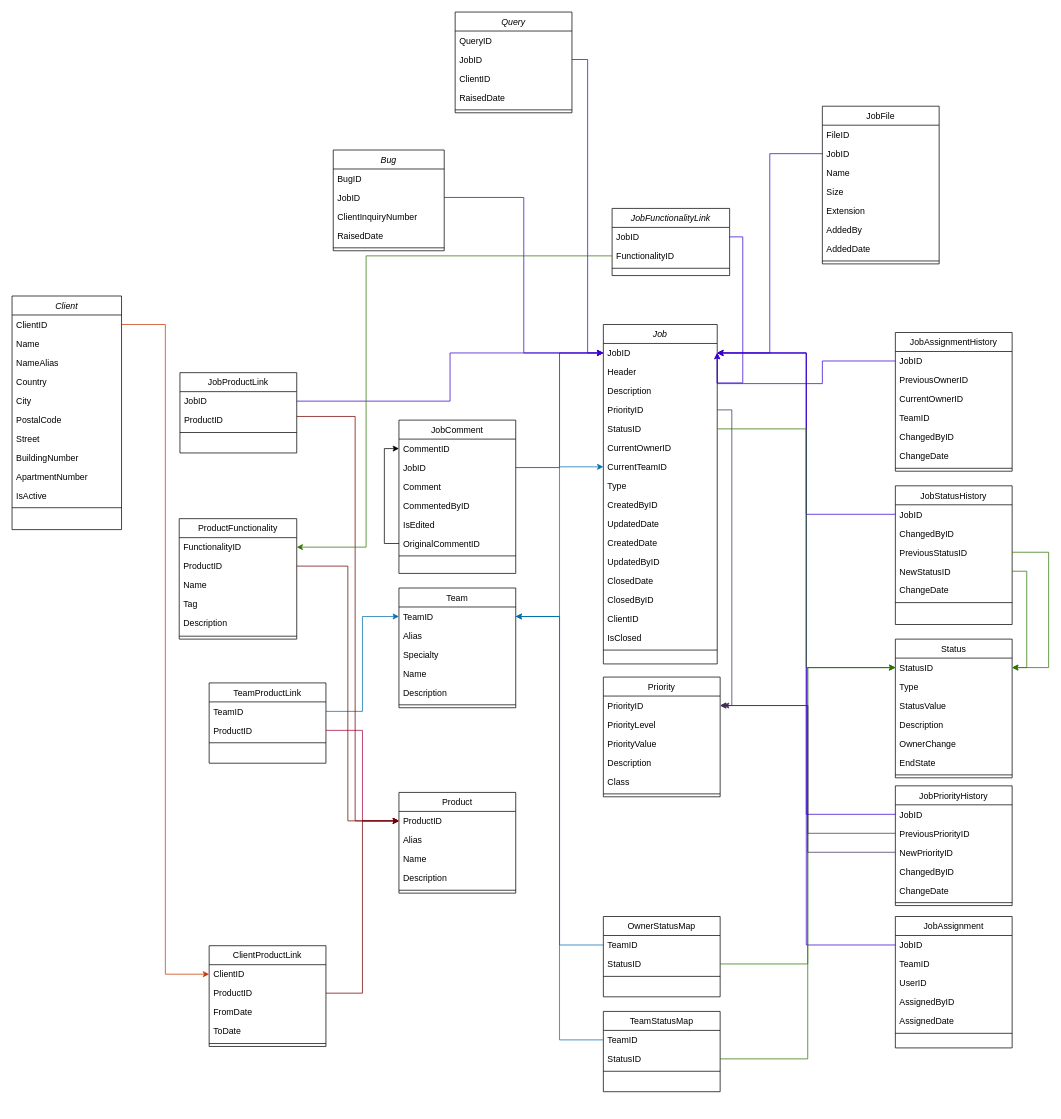
Earlier version of the draw.io diagram documentation/uml/job-class.drawio (KMastalerz/Sloth). Source tidied: cells renumbered, new cells numbered last; positions are measured from the earlier drawing's top-left corner, leaving out a move shared by most shapes. Both pictures are drawn from the tidied source at 73%, with x=0, y=0 at pixel (12, 12).
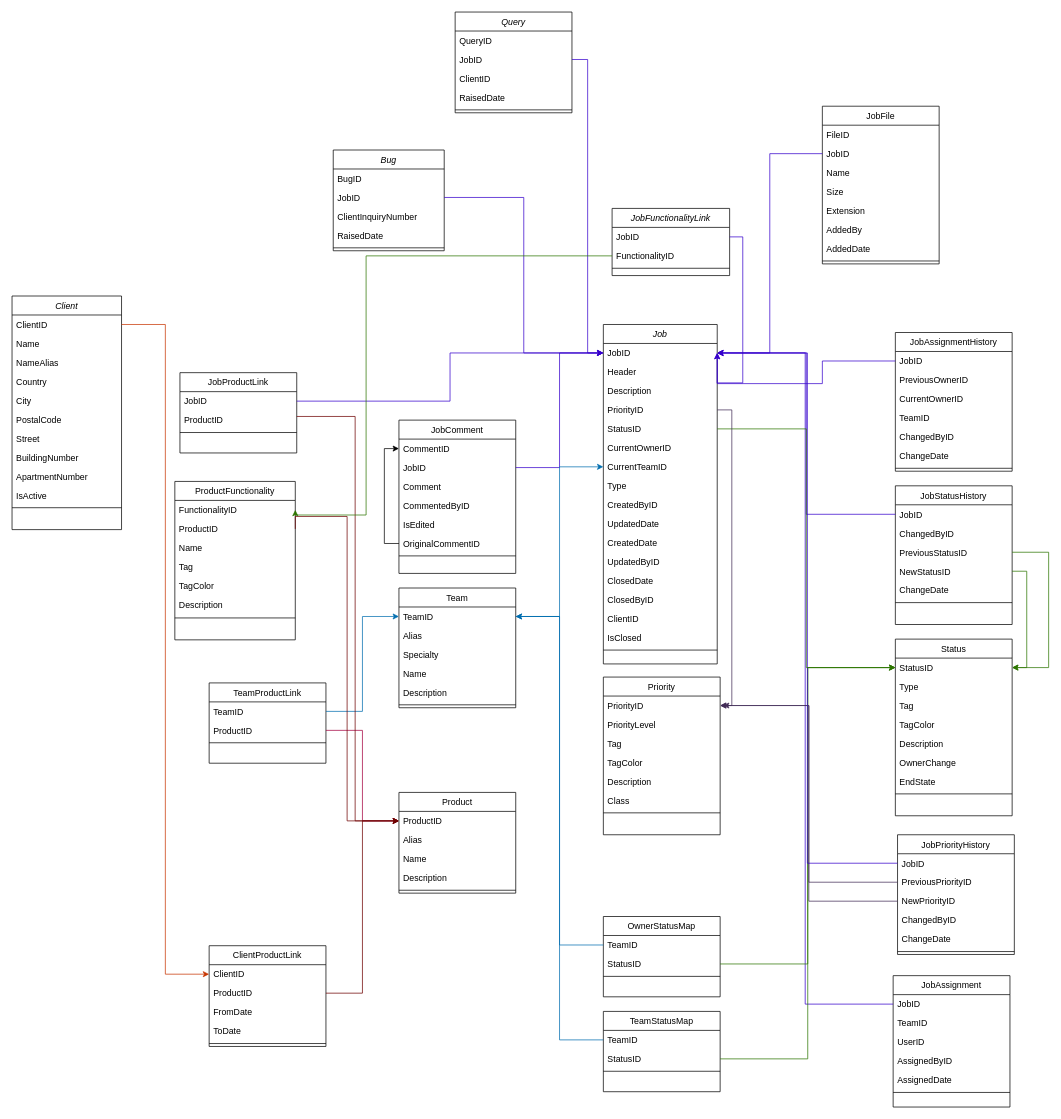
After the change.

The change refers to these unchanged cells:
```xml
<mxCell id="77" value="ProductID" style="text;align=left;verticalAlign=top;spacingLeft=4;spacingRight=4;overflow=hidden;points=[[0,0.5],[1,0.5]];portConstraint=eastwest;" parent="76" vertex="1">
  <mxGeometry y="26" width="160" height="26" as="geometry" />
</mxCell>
<mxCell id="176" value="FunctionalityID" style="text;align=left;verticalAlign=top;spacingLeft=4;spacingRight=4;overflow=hidden;points=[[0,0.5],[1,0.5]];portConstraint=eastwest;" parent="174" vertex="1">
  <mxGeometry y="52" width="161" height="26" as="geometry" />
</mxCell>
```

Change to the diagram source:
```diff
@@
     <mxCell id="39" value="Status" style="swimlane;fontStyle=0;align=center;verticalAlign=top;horizontal=1;startSize=26;rounded=0;shadow=0;strokeWidth=1;" parent="1" vertex="1">
-      <mxGeometry x="1210" y="859" width="160" height="190" as="geometry" />
+      <mxGeometry x="1210" y="859" width="160" height="242" as="geometry" />
     </mxCell>
@@
-    <mxCell id="42" value="StatusValue" style="text;align=left;verticalAlign=top;spacingLeft=4;spacingRight=4;overflow=hidden;rounded=0;shadow=0;html=0;" parent="39" vertex="1">
+    <mxCell id="42" value="Tag" style="text;align=left;verticalAlign=top;spacingLeft=4;spacingRight=4;overflow=hidden;rounded=0;shadow=0;html=0;" parent="39" vertex="1">
       <mxGeometry y="78" width="160" height="26" as="geometry" />
     </mxCell>
+    <mxCell id="180" value="TagColor" style="text;align=left;verticalAlign=top;spacingLeft=4;spacingRight=4;overflow=hidden;" parent="39" vertex="1">
+      <mxGeometry y="104" width="160" height="26" as="geometry" />
+    </mxCell>
     <mxCell id="43" value="Description" style="text;align=left;verticalAlign=top;spacingLeft=4;spacingRight=4;overflow=hidden;rounded=0;shadow=0;html=0;" parent="39" vertex="1">
-      <mxGeometry y="104" width="160" height="26" as="geometry" />
+      <mxGeometry y="130" width="160" height="26" as="geometry" />
     </mxCell>
     <mxCell id="44" value="OwnerChange" style="text;align=left;verticalAlign=top;spacingLeft=4;spacingRight=4;overflow=hidden;rounded=0;shadow=0;html=0;" parent="39" vertex="1">
-      <mxGeometry y="130" width="160" height="26" as="geometry" />
+      <mxGeometry y="156" width="160" height="26" as="geometry" />
     </mxCell>
     <mxCell id="45" value="EndState" style="text;align=left;verticalAlign=top;spacingLeft=4;spacingRight=4;overflow=hidden;rounded=0;shadow=0;html=0;" parent="39" vertex="1">
-      <mxGeometry y="156" width="160" height="26" as="geometry" />
+      <mxGeometry y="182" width="160" height="26" as="geometry" />
     </mxCell>
     <mxCell id="46" style="line;html=1;strokeWidth=1;align=left;verticalAlign=middle;spacingTop=-1;spacingLeft=3;spacingRight=3;labelPosition=right;" parent="39" vertex="1">
-      <mxGeometry y="182" width="160" height="8" as="geometry" />
+      <mxGeometry y="208" width="160" height="8" as="geometry" />
     </mxCell>
@@
     <mxCell id="68" value="JobAssignment" style="swimlane;fontStyle=0;align=center;verticalAlign=top;horizontal=1;startSize=26;rounded=0;shadow=0;strokeWidth=1;" parent="1" vertex="1">
-      <mxGeometry x="1210" y="1239" width="160" height="180" as="geometry" />
+      <mxGeometry x="1207" y="1320" width="160" height="180" as="geometry" />
     </mxCell>
@@
     <mxCell id="88" value="JobPriorityHistory" style="swimlane;fontStyle=0;align=center;verticalAlign=top;horizontal=1;startSize=26;rounded=0;shadow=0;strokeWidth=1;" parent="1" vertex="1">
-      <mxGeometry x="1210" y="1060" width="160" height="164" as="geometry" />
+      <mxGeometry x="1213" y="1127" width="160" height="164" as="geometry" />
     </mxCell>
@@
     <mxCell id="95" value="Priority" style="swimlane;fontStyle=0;align=center;verticalAlign=top;horizontal=1;startSize=26;rounded=0;shadow=0;strokeWidth=1;" parent="1" vertex="1">
-      <mxGeometry x="810" y="911" width="160" height="164" as="geometry" />
+      <mxGeometry x="810" y="911" width="160" height="216" as="geometry" />
     </mxCell>
@@
-    <mxCell id="98" value="PriorityValue" style="text;align=left;verticalAlign=top;spacingLeft=4;spacingRight=4;overflow=hidden;" parent="95" vertex="1">
+    <mxCell id="98" value="Tag" style="text;align=left;verticalAlign=top;spacingLeft=4;spacingRight=4;overflow=hidden;" parent="95" vertex="1">
       <mxGeometry y="78" width="160" height="26" as="geometry" />
     </mxCell>
+    <mxCell id="181" value="TagColor" style="text;align=left;verticalAlign=top;spacingLeft=4;spacingRight=4;overflow=hidden;" parent="95" vertex="1">
+      <mxGeometry y="104" width="160" height="26" as="geometry" />
+    </mxCell>
     <mxCell id="99" value="Description&#10;" style="text;align=left;verticalAlign=top;spacingLeft=4;spacingRight=4;overflow=hidden;rounded=0;shadow=0;html=0;" parent="95" vertex="1">
-      <mxGeometry y="104" width="160" height="26" as="geometry" />
+      <mxGeometry y="130" width="160" height="26" as="geometry" />
     </mxCell>
     <mxCell id="100" value="Class" style="text;align=left;verticalAlign=top;spacingLeft=4;spacingRight=4;overflow=hidden;rounded=0;shadow=0;html=0;" parent="95" vertex="1">
-      <mxGeometry y="130" width="160" height="26" as="geometry" />
+      <mxGeometry y="156" width="160" height="26" as="geometry" />
     </mxCell>
     <mxCell id="101" style="line;html=1;strokeWidth=1;align=left;verticalAlign=middle;spacingTop=-1;spacingLeft=3;spacingRight=3;labelPosition=right;" parent="95" vertex="1">
-      <mxGeometry y="156" width="160" height="8" as="geometry" />
+      <mxGeometry y="182" width="160" height="8" as="geometry" />
     </mxCell>
@@
     <mxCell id="166" value="ProductFunctionality" style="swimlane;fontStyle=0;align=center;verticalAlign=top;horizontal=1;startSize=26;rounded=0;shadow=0;strokeWidth=1;" parent="1" vertex="1">
-      <mxGeometry x="229" y="694" width="161" height="165" as="geometry" />
+      <mxGeometry x="223" y="643" width="165" height="217" as="geometry" />
     </mxCell>
     <mxCell id="167" value="FunctionalityID" style="text;align=left;verticalAlign=top;spacingLeft=4;spacingRight=4;overflow=hidden;points=[[0,0.5],[1,0.5]];portConstraint=eastwest;" parent="166" vertex="1">
-      <mxGeometry y="26" width="161" height="26" as="geometry" />
+      <mxGeometry y="26" width="165" height="26" as="geometry" />
     </mxCell>
     <mxCell id="168" value="ProductID" style="text;align=left;verticalAlign=top;spacingLeft=4;spacingRight=4;overflow=hidden;points=[[0,0.5],[1,0.5]];portConstraint=eastwest;rounded=0;shadow=0;html=0;" parent="166" vertex="1">
-      <mxGeometry y="52" width="161" height="26" as="geometry" />
+      <mxGeometry y="52" width="165" height="26" as="geometry" />
     </mxCell>
     <mxCell id="169" value="Name" style="text;align=left;verticalAlign=top;spacingLeft=4;spacingRight=4;overflow=hidden;rounded=0;shadow=0;html=0;" parent="166" vertex="1">
-      <mxGeometry y="78" width="161" height="26" as="geometry" />
+      <mxGeometry y="78" width="165" height="26" as="geometry" />
     </mxCell>
     <mxCell id="170" value="Tag" style="text;align=left;verticalAlign=top;spacingLeft=4;spacingRight=4;overflow=hidden;rounded=0;shadow=0;html=0;" parent="166" vertex="1">
-      <mxGeometry y="104" width="161" height="26" as="geometry" />
+      <mxGeometry y="104" width="165" height="26" as="geometry" />
     </mxCell>
+    <mxCell id="182" value="TagColor" style="text;align=left;verticalAlign=top;spacingLeft=4;spacingRight=4;overflow=hidden;rounded=0;shadow=0;html=0;" parent="166" vertex="1">
+      <mxGeometry y="130" width="165" height="26" as="geometry" />
+    </mxCell>
     <mxCell id="171" value="Description" style="text;align=left;verticalAlign=top;spacingLeft=4;spacingRight=4;overflow=hidden;rounded=0;shadow=0;html=0;" parent="166" vertex="1">
-      <mxGeometry y="130" width="161" height="27" as="geometry" />
+      <mxGeometry y="156" width="165" height="27" as="geometry" />
     </mxCell>
     <mxCell id="172" style="line;html=1;strokeWidth=1;align=left;verticalAlign=middle;spacingTop=-1;spacingLeft=3;spacingRight=3;labelPosition=right;" parent="166" vertex="1">
-      <mxGeometry y="157" width="161" height="8" as="geometry" />
+      <mxGeometry y="183" width="165" height="8" as="geometry" />
     </mxCell>
     <mxCell id="173" style="edgeStyle=orthogonalEdgeStyle;rounded=0;jettySize=auto;html=1;entryX=0;entryY=0.5;entryDx=0;entryDy=0;fillColor=#a20025;strokeColor=#6F0000;exitX=1;exitY=0.5;exitDx=0;exitDy=0;" parent="1" edge="1" source="168" target="77">
-      <mxGeometry relative="1" as="geometry" />
+      <mxGeometry relative="1" as="geometry">
+        <Array as="points">
+          <mxPoint x="388" y="691" />
+          <mxPoint x="459" y="691" />
+          <mxPoint x="459" y="1108" />
+        </Array>
+      </mxGeometry>
     </mxCell>
@@
     <mxCell id="178" style="edgeStyle=orthogonalEdgeStyle;rounded=0;jettySize=auto;html=1;entryX=1;entryY=0.5;entryDx=0;entryDy=0;fillColor=#60a917;strokeColor=#2D7600;" parent="1" edge="1" source="176" target="167">
       <mxGeometry relative="1" as="geometry">
         <Array as="points">
           <mxPoint x="485" y="334" />
-          <mxPoint x="485" y="733" />
+          <mxPoint x="485" y="689" />
+          <mxPoint x="388" y="689" />
         </Array>
       </mxGeometry>
     </mxCell>
```
